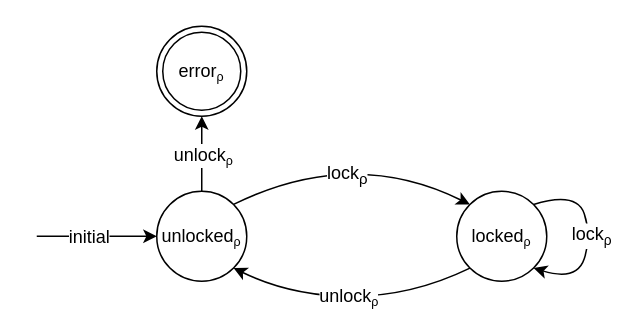
Before: algorithm/figures/double-unlock.drawio in andersfischernielsen/Finding-Resource-Manipulation-Bugs-with-Monitor-Automata-on-the-Example-of-the-Linux-Kernel, a draw.io diagram. Source tidied: cells renumbered, new cells numbered last; positions are measured from the earlier drawing's top-left corner, leaving out a move shared by most shapes. Both pictures are drawn from the tidied source at 150%, with x=0, y=0 at pixel (36, 26).
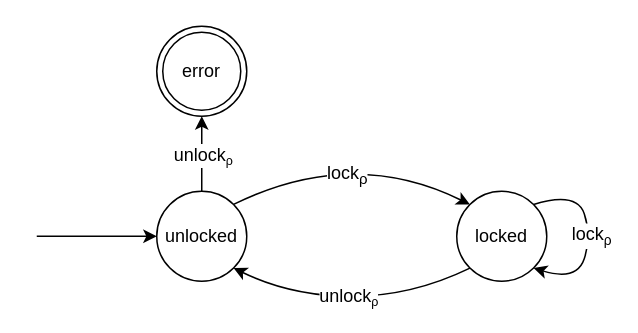
The same page after the edit.

The change refers to these unchanged cells:
```xml
<mxCell id="3" style="endArrow=classic;html=1;entryX=0;entryY=0.5;entryDx=0;entryDy=0;" parent="1" edge="1" target="2">
  <mxGeometry relative="1" as="geometry">
    <mxPoint y="140" as="sourcePoint" />
  </mxGeometry>
</mxCell>
```

Change to the diagram source:
```diff
@@
-    <mxCell id="2" value="unlocked&lt;span style=&quot;font-size: 10px&quot;&gt;&lt;sub&gt;ρ&lt;/sub&gt;&lt;/span&gt;" style="ellipse;whiteSpace=wrap;html=1;" parent="1" vertex="1">
+    <mxCell id="2" value="unlocked" style="ellipse;whiteSpace=wrap;html=1;" parent="1" vertex="1">
       <mxGeometry x="80" y="110" width="60" height="60" as="geometry" />
     </mxCell>
@@
-    <mxCell id="4" value="initial" style="text;html=1;align=center;verticalAlign=middle;labelBackgroundColor=#ffffff;" parent="3" vertex="1">
-      <mxGeometry x="-0.16" relative="1" as="geometry" />
-    </mxCell>
@@
-    <mxCell id="7" value="locked&lt;span style=&quot;font-size: 10px&quot;&gt;&lt;sub&gt;ρ&lt;/sub&gt;&lt;/span&gt;" style="ellipse;whiteSpace=wrap;html=1;" parent="1" vertex="1">
+    <mxCell id="7" value="locked" style="ellipse;whiteSpace=wrap;html=1;" parent="1" vertex="1">
       <mxGeometry x="280" y="110" width="60" height="60" as="geometry" />
     </mxCell>
@@
-    <mxCell id="12" value="error&lt;span style=&quot;font-size: 10px&quot;&gt;&lt;sub&gt;ρ&lt;/sub&gt;&lt;/span&gt;" style="ellipse;shape=doubleEllipse;whiteSpace=wrap;html=1;" parent="1" vertex="1">
+    <mxCell id="12" value="error" style="ellipse;shape=doubleEllipse;whiteSpace=wrap;html=1;" parent="1" vertex="1">
       <mxGeometry x="80" width="60" height="60" as="geometry" />
     </mxCell>
```
